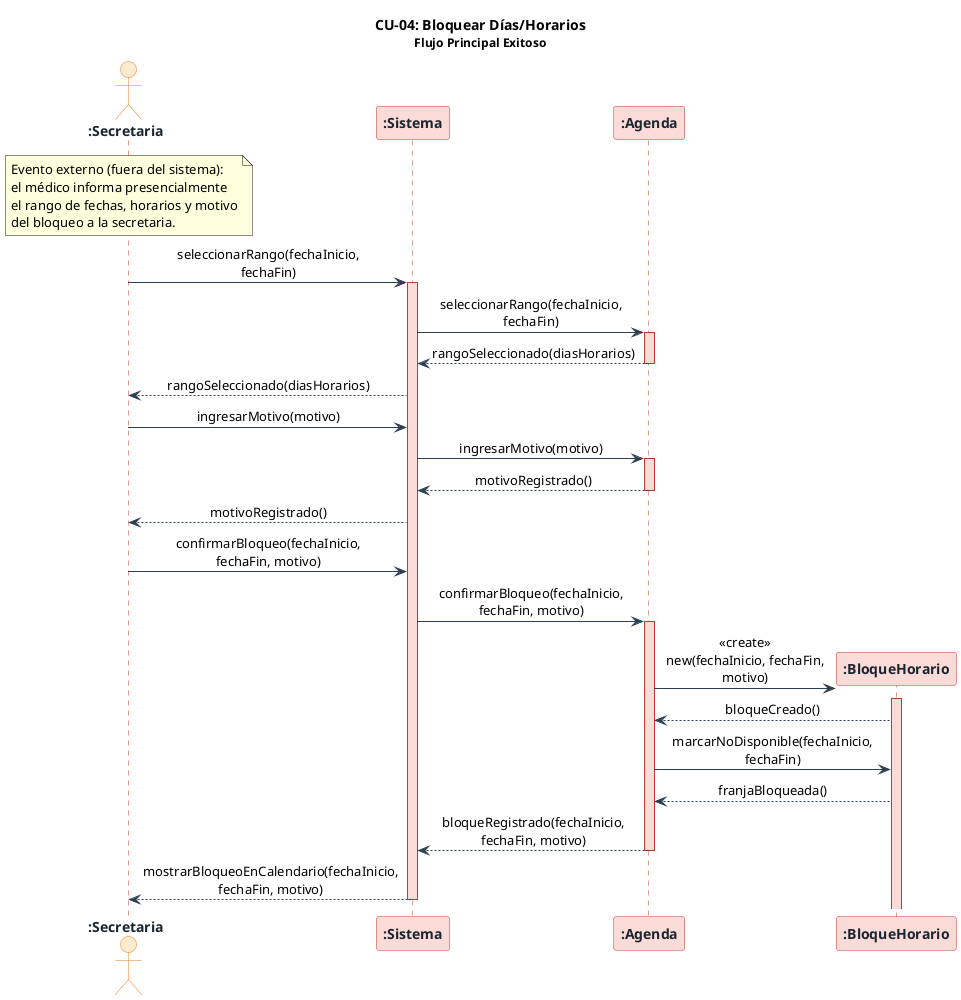
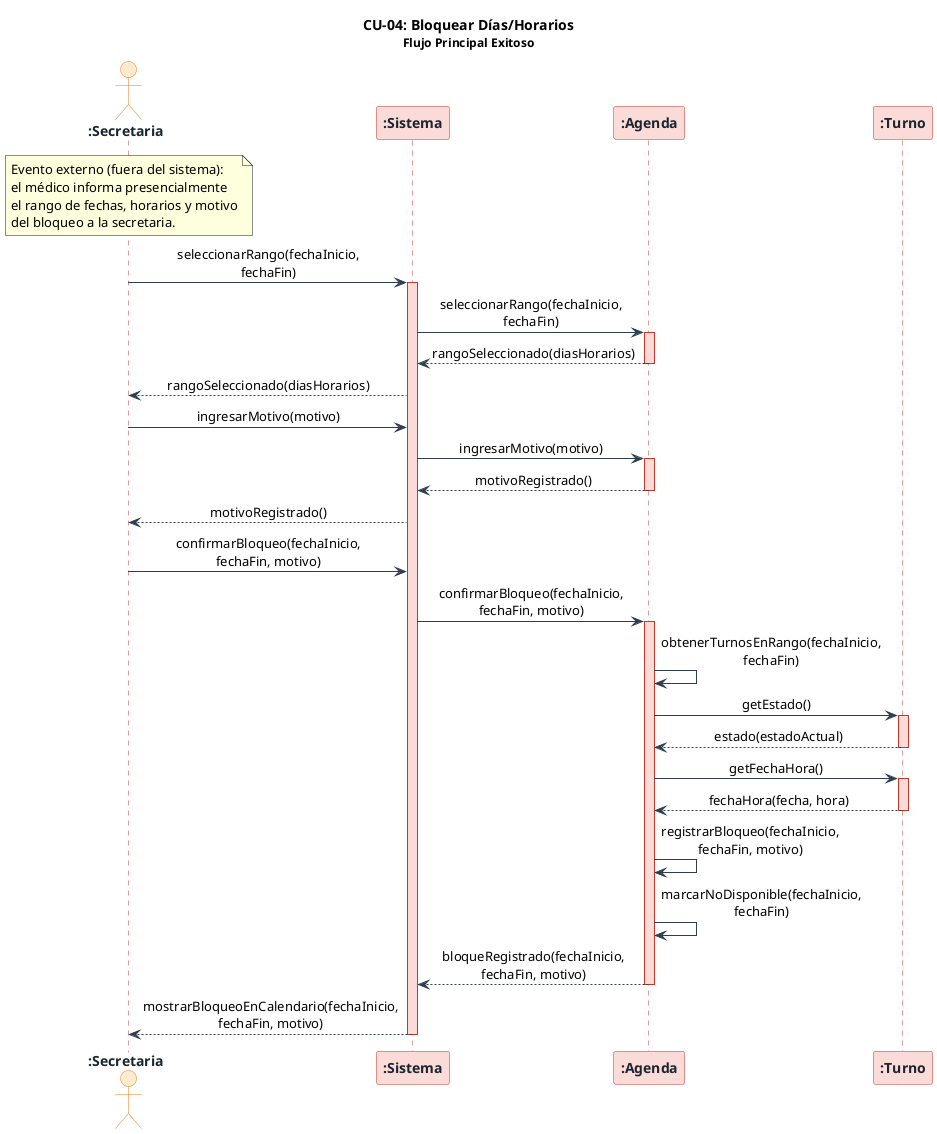
@startuml 05-cu04-bloquear-horarios

skinparam sequenceMessageAlign center
skinparam responseMessageBelowArrow true
skinparam maxMessageSize 160
skinparam sequence {
    ArrowColor          #2C3E50
    LifeLineBorderColor #C0392B
    LifeLineBackgroundColor #FADBD8
    BoxBackgroundColor  #FDFEFE
    BoxBorderColor      #2C3E50
}
skinparam participant {
    BackgroundColor #FADBD8
    BorderColor     #C0392B
    FontColor       #1A252F
    FontStyle       bold
}
skinparam actor {
    BackgroundColor #FDEBD0
    BorderColor     #E67E22
    FontColor       #1A252F
    FontStyle       bold
}

title **CU-04: Bloquear Días/Horarios**\n<size:12>Flujo Principal Exitoso</size>

actor       ":Secretaria"           as secretaria
participant ":Sistema"              as sistema
participant ":Agenda"               as agenda
- participant ":BloqueHorario"        as bloqueHorario
+ participant ":Turno"                as turno

' ── 1. Evento disparador (fuera del sistema) ────────────────────────────────
note over secretaria
  Evento externo (fuera del sistema):
  el médico informa presencialmente
  el rango de fechas, horarios y motivo
  del bloqueo a la secretaria.
end note

' ── 2. La secretaria accede al calendario y selecciona el rango ─────────────
secretaria  ->  sistema             : seleccionarRango(fechaInicio, fechaFin)
activate sistema
sistema     ->  agenda              : seleccionarRango(fechaInicio, fechaFin)
activate agenda
agenda      -->  sistema            : rangoSeleccionado(diasHorarios)
deactivate agenda
sistema     -->  secretaria         : rangoSeleccionado(diasHorarios)

' ── 3. La secretaria ingresa el motivo del bloqueo ──────────────────────────
secretaria  ->  sistema             : ingresarMotivo(motivo)
sistema     ->  agenda              : ingresarMotivo(motivo)
activate agenda
agenda      -->  sistema            : motivoRegistrado()
deactivate agenda
sistema     -->  secretaria         : motivoRegistrado()

' ── 4. La secretaria confirma el bloqueo ────────────────────────────────────
secretaria  ->  sistema             : confirmarBloqueo(fechaInicio, fechaFin, motivo)
sistema     ->  agenda              : confirmarBloqueo(fechaInicio, fechaFin, motivo)
activate agenda

' ── 5. Registro del bloqueo en la agenda ────────────────────────────────────
- create bloqueHorario
- agenda      ->  bloqueHorario       : <<create>>\nnew(fechaInicio, fechaFin, motivo)
- activate bloqueHorario
- bloqueHorario -->  agenda           : bloqueCreado()
- 
- agenda      ->  bloqueHorario       : marcarNoDisponible(fechaInicio, fechaFin)
- bloqueHorario -->  agenda           : franjaBloqueada()
+ agenda      ->  agenda              : obtenerTurnosEnRango(fechaInicio, fechaFin)
+ agenda      ->  turno               : getEstado()
+ activate turno
+ turno       -->  agenda             : estado(estadoActual)
+ deactivate turno
+ agenda      ->  turno               : getFechaHora()
+ activate turno
+ turno       -->  agenda             : fechaHora(fecha, hora)
+ deactivate turno
+ agenda      ->  agenda              : registrarBloqueo(fechaInicio, fechaFin, motivo)
+ agenda      ->  agenda              : marcarNoDisponible(fechaInicio, fechaFin)

' ── 6. El calendario refleja el bloqueo con motivo ──────────────────────────
agenda      -->  sistema            : bloqueRegistrado(fechaInicio, fechaFin, motivo)
deactivate agenda
sistema     -->  secretaria         : mostrarBloqueoEnCalendario(fechaInicio, fechaFin, motivo)
deactivate sistema

@enduml
